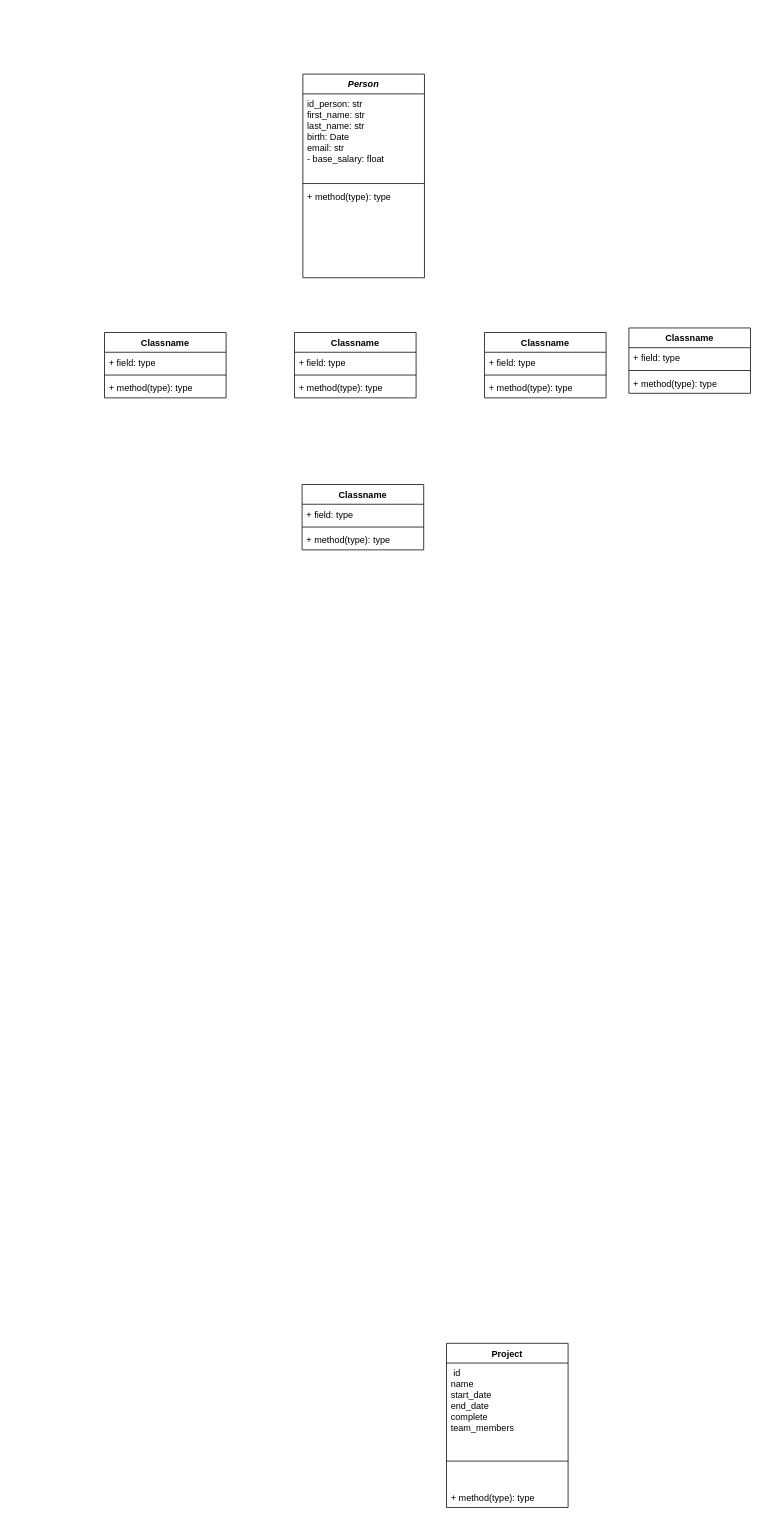
Before: OOP(week2)/Class Diagram.drawio in Zerldas/Python_Exercise, a draw.io diagram. Source tidied: cells renumbered, new cells numbered last; positions are measured from the earlier drawing's top-left corner, leaving out a move shared by most shapes. Both pictures are drawn from the tidied source at 76%, with x=0, y=0 at pixel (104, 74).
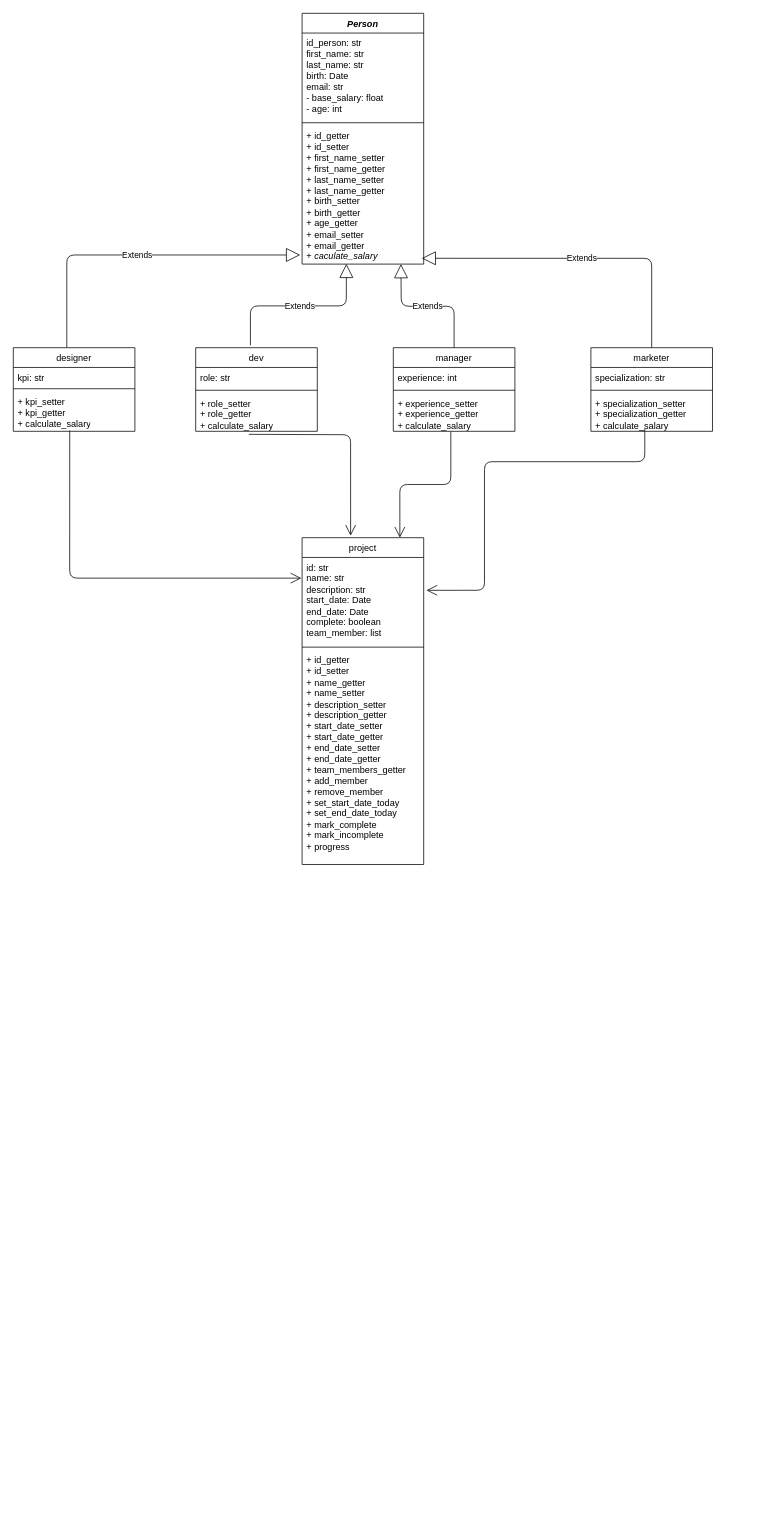
The same diagram, later.

Diff of the diagram source:
```diff
@@
-    <mxCell id="2" value="Project" style="swimlane;fontStyle=1;align=center;verticalAlign=top;horizontal=1;startSize=26;whiteSpace=wrap;html=1;" parent="1" vertex="1">
-      <mxGeometry x="450" y="1670" width="160" height="216" as="geometry" />
-    </mxCell>
-    <mxCell id="3" value="&amp;nbsp;id&lt;div&gt;name&lt;/div&gt;&lt;div&gt;start_date&lt;/div&gt;&lt;div&gt;end_date&lt;/div&gt;&lt;div&gt;complete&lt;/div&gt;&lt;div&gt;team_members&lt;/div&gt;" style="text;strokeColor=none;fillColor=none;align=left;verticalAlign=top;spacingLeft=4;spacingRight=4;overflow=hidden;whiteSpace=wrap;html=1;" parent="2" vertex="1">
-      <mxGeometry y="26" width="160" height="94" as="geometry" />
-    </mxCell>
-    <mxCell id="4" style="line;strokeWidth=1;fillColor=none;align=left;verticalAlign=middle;spacingTop=-1;spacingLeft=3;spacingRight=3;labelPosition=right;strokeColor=inherit;" parent="2" vertex="1">
-      <mxGeometry y="120" width="160" height="70" as="geometry" />
-    </mxCell>
-    <mxCell id="5" value="+ method(type): type" style="text;strokeColor=none;fillColor=none;align=left;verticalAlign=top;spacingLeft=4;spacingRight=4;overflow=hidden;whiteSpace=wrap;html=1;" parent="2" vertex="1">
-      <mxGeometry y="190" width="160" height="26" as="geometry" />
-    </mxCell>
     <mxCell id="6" value="&lt;i&gt;Person&lt;/i&gt;" style="swimlane;fontStyle=1;align=center;verticalAlign=top;horizontal=1;startSize=26;whiteSpace=wrap;html=1;" parent="1" vertex="1">
-      <mxGeometry x="261" width="160" height="268" as="geometry" />
+      <mxGeometry x="260" y="-80" width="160" height="330" as="geometry" />
     </mxCell>
-    <mxCell id="7" value="id_person: str&lt;div&gt;first_name: str&lt;/div&gt;&lt;div&gt;last_name: str&lt;/div&gt;&lt;div&gt;birth: Date&lt;/div&gt;&lt;div&gt;email: str&lt;/div&gt;&lt;div&gt;- base_salary: float&lt;/div&gt;" style="text;strokeColor=none;fillColor=none;align=left;verticalAlign=top;spacingLeft=4;spacingRight=4;overflow=hidden;whiteSpace=wrap;html=1;" parent="6" vertex="1">
+    <mxCell id="7" value="id_person: str&lt;div&gt;first_name: str&lt;/div&gt;&lt;div&gt;last_name: str&lt;/div&gt;&lt;div&gt;birth: Date&lt;/div&gt;&lt;div&gt;email: str&lt;/div&gt;&lt;div&gt;- base_salary: float&lt;/div&gt;&lt;div&gt;- age: int&lt;/div&gt;" style="text;strokeColor=none;fillColor=none;align=left;verticalAlign=top;spacingLeft=4;spacingRight=4;overflow=hidden;whiteSpace=wrap;html=1;" parent="6" vertex="1">
       <mxGeometry y="26" width="160" height="114" as="geometry" />
     </mxCell>
@@
-    <mxCell id="9" value="+ method(type): type" style="text;strokeColor=none;fillColor=none;align=left;verticalAlign=top;spacingLeft=4;spacingRight=4;overflow=hidden;points=[[0,0.5],[1,0.5]];portConstraint=eastwest;whiteSpace=wrap;html=1;" parent="6" vertex="1">
-      <mxGeometry y="148" width="160" height="120" as="geometry" />
+    <mxCell id="9" value="+ id_getter&lt;div&gt;+ id_setter&lt;/div&gt;&lt;div&gt;+ first_name_setter&lt;/div&gt;&lt;div&gt;+ first_name_getter&lt;/div&gt;&lt;div&gt;+ last_name_setter&lt;/div&gt;&lt;div&gt;+ last_name_getter&lt;/div&gt;&lt;div&gt;+ birth_setter&lt;/div&gt;&lt;div&gt;+ birth_getter&lt;/div&gt;&lt;div&gt;+ age_getter&lt;/div&gt;&lt;div&gt;+ email_setter&lt;/div&gt;&lt;div&gt;+ email_getter&lt;/div&gt;&lt;div&gt;+ &lt;i&gt;caculate_salary&lt;/i&gt;&lt;/div&gt;" style="text;strokeColor=none;fillColor=none;align=left;verticalAlign=top;spacingLeft=4;spacingRight=4;overflow=hidden;points=[[0,0.5],[1,0.5]];portConstraint=eastwest;whiteSpace=wrap;html=1;" parent="6" vertex="1">
+      <mxGeometry y="148" width="160" height="182" as="geometry" />
     </mxCell>
-    <mxCell id="10" value="Classname" style="swimlane;fontStyle=1;align=center;verticalAlign=top;horizontal=1;startSize=26;whiteSpace=wrap;html=1;" parent="1" vertex="1">
-      <mxGeometry x="500" y="340" width="160" height="86" as="geometry" />
+    <mxCell id="10" value="&lt;span style=&quot;font-weight: normal;&quot;&gt;manager&lt;/span&gt;" style="swimlane;fontStyle=1;align=center;verticalAlign=top;horizontal=1;startSize=26;whiteSpace=wrap;html=1;" parent="1" vertex="1">
+      <mxGeometry x="380" y="360" width="160" height="110" as="geometry" />
     </mxCell>
-    <mxCell id="11" value="+ field: type" style="text;strokeColor=none;fillColor=none;align=left;verticalAlign=top;spacingLeft=4;spacingRight=4;overflow=hidden;whiteSpace=wrap;html=1;" parent="10" vertex="1">
+    <mxCell id="11" value="experience: int" style="text;strokeColor=none;fillColor=none;align=left;verticalAlign=top;spacingLeft=4;spacingRight=4;overflow=hidden;whiteSpace=wrap;html=1;" parent="10" vertex="1">
       <mxGeometry y="26" width="160" height="26" as="geometry" />
     </mxCell>
@@
-    <mxCell id="13" value="+ method(type): type" style="text;strokeColor=none;fillColor=none;align=left;verticalAlign=top;spacingLeft=4;spacingRight=4;overflow=hidden;points=[[0,0.5],[1,0.5]];portConstraint=eastwest;whiteSpace=wrap;html=1;" parent="10" vertex="1">
-      <mxGeometry y="60" width="160" height="26" as="geometry" />
+    <mxCell id="13" value="+ experience_setter&lt;div&gt;+ experience_getter&lt;/div&gt;&lt;div&gt;+ calculate_salary&lt;/div&gt;" style="text;strokeColor=none;fillColor=none;align=left;verticalAlign=top;spacingLeft=4;spacingRight=4;overflow=hidden;points=[[0,0.5],[1,0.5]];portConstraint=eastwest;whiteSpace=wrap;html=1;" parent="10" vertex="1">
+      <mxGeometry y="60" width="160" height="50" as="geometry" />
     </mxCell>
-    <mxCell id="14" value="Classname" style="swimlane;fontStyle=1;align=center;verticalAlign=top;horizontal=1;startSize=26;whiteSpace=wrap;html=1;" parent="1" vertex="1">
-      <mxGeometry y="340" width="160" height="86" as="geometry" />
+    <mxCell id="14" value="&lt;span style=&quot;font-weight: normal;&quot;&gt;designer&lt;/span&gt;" style="swimlane;fontStyle=1;align=center;verticalAlign=top;horizontal=1;startSize=26;whiteSpace=wrap;html=1;" parent="1" vertex="1">
+      <mxGeometry x="-120" y="360" width="160" height="110" as="geometry" />
     </mxCell>
-    <mxCell id="15" value="+ field: type" style="text;strokeColor=none;fillColor=none;align=left;verticalAlign=top;spacingLeft=4;spacingRight=4;overflow=hidden;whiteSpace=wrap;html=1;" parent="14" vertex="1">
-      <mxGeometry y="26" width="160" height="26" as="geometry" />
+    <mxCell id="15" value="kpi: str" style="text;strokeColor=none;fillColor=none;align=left;verticalAlign=top;spacingLeft=4;spacingRight=4;overflow=hidden;whiteSpace=wrap;html=1;" parent="14" vertex="1">
+      <mxGeometry y="26" width="160" height="24" as="geometry" />
     </mxCell>
     <mxCell id="16" style="line;strokeWidth=1;fillColor=none;align=left;verticalAlign=middle;spacingTop=-1;spacingLeft=3;spacingRight=3;labelPosition=right;strokeColor=inherit;" parent="14" vertex="1">
-      <mxGeometry y="52" width="160" height="8" as="geometry" />
+      <mxGeometry y="50" width="160" height="8" as="geometry" />
     </mxCell>
-    <mxCell id="17" value="+ method(type): type" style="text;strokeColor=none;fillColor=none;align=left;verticalAlign=top;spacingLeft=4;spacingRight=4;overflow=hidden;points=[[0,0.5],[1,0.5]];portConstraint=eastwest;whiteSpace=wrap;html=1;" parent="14" vertex="1">
-      <mxGeometry y="60" width="160" height="26" as="geometry" />
+    <mxCell id="17" value="+ kpi_setter&lt;div&gt;+ kpi_getter&lt;/div&gt;&lt;div&gt;+ calculate_salary&lt;/div&gt;" style="text;strokeColor=none;fillColor=none;align=left;verticalAlign=top;spacingLeft=4;spacingRight=4;overflow=hidden;points=[[0,0.5],[1,0.5]];portConstraint=eastwest;whiteSpace=wrap;html=1;" parent="14" vertex="1">
+      <mxGeometry y="58" width="160" height="52" as="geometry" />
     </mxCell>
-    <mxCell id="18" value="Classname" style="swimlane;fontStyle=1;align=center;verticalAlign=top;horizontal=1;startSize=26;whiteSpace=wrap;html=1;" parent="1" vertex="1">
-      <mxGeometry x="250" y="340" width="160" height="86" as="geometry" />
+    <mxCell id="18" value="&lt;span style=&quot;font-weight: normal;&quot;&gt;dev&lt;/span&gt;" style="swimlane;fontStyle=1;align=center;verticalAlign=top;horizontal=1;startSize=26;whiteSpace=wrap;html=1;" parent="1" vertex="1">
+      <mxGeometry x="120" y="360" width="160" height="110" as="geometry" />
     </mxCell>
-    <mxCell id="19" value="+ field: type" style="text;strokeColor=none;fillColor=none;align=left;verticalAlign=top;spacingLeft=4;spacingRight=4;overflow=hidden;whiteSpace=wrap;html=1;" parent="18" vertex="1">
+    <mxCell id="19" value="role: str" style="text;strokeColor=none;fillColor=none;align=left;verticalAlign=top;spacingLeft=4;spacingRight=4;overflow=hidden;whiteSpace=wrap;html=1;" parent="18" vertex="1">
       <mxGeometry y="26" width="160" height="26" as="geometry" />
     </mxCell>
@@
-    <mxCell id="21" value="+ method(type): type" style="text;strokeColor=none;fillColor=none;align=left;verticalAlign=top;spacingLeft=4;spacingRight=4;overflow=hidden;whiteSpace=wrap;html=1;" parent="18" vertex="1">
-      <mxGeometry y="60" width="160" height="26" as="geometry" />
+    <mxCell id="21" value="+ role_setter&lt;div&gt;+ role_getter&lt;/div&gt;&lt;div&gt;+ calculate_salary&lt;/div&gt;" style="text;strokeColor=none;fillColor=none;align=left;verticalAlign=top;spacingLeft=4;spacingRight=4;overflow=hidden;whiteSpace=wrap;html=1;" parent="18" vertex="1">
+      <mxGeometry y="60" width="160" height="50" as="geometry" />
     </mxCell>
-    <mxCell id="22" value="Classname" style="swimlane;fontStyle=1;align=center;verticalAlign=top;horizontal=1;startSize=26;whiteSpace=wrap;html=1;" parent="1" vertex="1">
-      <mxGeometry x="690" y="334" width="160" height="86" as="geometry" />
+    <mxCell id="22" value="&lt;span style=&quot;font-weight: 400;&quot;&gt;marketer&lt;/span&gt;" style="swimlane;fontStyle=1;align=center;verticalAlign=top;horizontal=1;startSize=26;whiteSpace=wrap;html=1;" parent="1" vertex="1">
+      <mxGeometry x="640" y="360" width="160" height="110" as="geometry" />
     </mxCell>
-    <mxCell id="23" value="+ field: type" style="text;strokeColor=none;fillColor=none;align=left;verticalAlign=top;spacingLeft=4;spacingRight=4;overflow=hidden;whiteSpace=wrap;html=1;" parent="22" vertex="1">
+    <mxCell id="23" value="specialization: str" style="text;strokeColor=none;fillColor=none;align=left;verticalAlign=top;spacingLeft=4;spacingRight=4;overflow=hidden;whiteSpace=wrap;html=1;" parent="22" vertex="1">
       <mxGeometry y="26" width="160" height="26" as="geometry" />
     </mxCell>
@@
-    <mxCell id="25" value="+ method(type): type" style="text;strokeColor=none;fillColor=none;align=left;verticalAlign=top;spacingLeft=4;spacingRight=4;overflow=hidden;points=[[0,0.5],[1,0.5]];portConstraint=eastwest;whiteSpace=wrap;html=1;" parent="22" vertex="1">
-      <mxGeometry y="60" width="160" height="26" as="geometry" />
+    <mxCell id="25" value="+ specialization_setter&lt;div&gt;+ specialization_getter&lt;/div&gt;&lt;div&gt;+ calculate_salary&lt;/div&gt;" style="text;strokeColor=none;fillColor=none;align=left;verticalAlign=top;spacingLeft=4;spacingRight=4;overflow=hidden;points=[[0,0.5],[1,0.5]];portConstraint=eastwest;whiteSpace=wrap;html=1;" parent="22" vertex="1">
+      <mxGeometry y="60" width="160" height="50" as="geometry" />
     </mxCell>
-    <mxCell id="26" value="Classname" style="swimlane;fontStyle=1;align=center;verticalAlign=top;horizontal=1;startSize=26;whiteSpace=wrap;html=1;" parent="1" vertex="1">
-      <mxGeometry x="260" y="540" width="160" height="86" as="geometry" />
+    <mxCell id="26" value="&lt;span style=&quot;font-weight: normal;&quot;&gt;project&lt;/span&gt;" style="swimlane;fontStyle=1;align=center;verticalAlign=top;horizontal=1;startSize=26;whiteSpace=wrap;html=1;" parent="1" vertex="1">
+      <mxGeometry x="260" y="610" width="160" height="430" as="geometry" />
     </mxCell>
-    <mxCell id="27" value="+ field: type" style="text;strokeColor=none;fillColor=none;align=left;verticalAlign=top;spacingLeft=4;spacingRight=4;overflow=hidden;points=[[0,0.5],[1,0.5]];portConstraint=eastwest;whiteSpace=wrap;html=1;" parent="26" vertex="1">
-      <mxGeometry y="26" width="160" height="26" as="geometry" />
+    <mxCell id="27" value="id: str&lt;div&gt;name: str&lt;/div&gt;&lt;div&gt;description: str&lt;/div&gt;&lt;div&gt;start_date: Date&lt;/div&gt;&lt;div&gt;end_date: Date&lt;/div&gt;&lt;div&gt;complete: boolean&lt;/div&gt;&lt;div&gt;team_member: list&lt;/div&gt;" style="text;strokeColor=none;fillColor=none;align=left;verticalAlign=top;spacingLeft=4;spacingRight=4;overflow=hidden;points=[[0,0.5],[1,0.5]];portConstraint=eastwest;whiteSpace=wrap;html=1;" parent="26" vertex="1">
+      <mxGeometry y="26" width="160" height="114" as="geometry" />
     </mxCell>
     <mxCell id="28" style="line;strokeWidth=1;fillColor=none;align=left;verticalAlign=middle;spacingTop=-1;spacingLeft=3;spacingRight=3;labelPosition=right;strokeColor=inherit;" parent="26" vertex="1">
-      <mxGeometry y="52" width="160" height="8" as="geometry" />
+      <mxGeometry y="140" width="160" height="8" as="geometry" />
     </mxCell>
-    <mxCell id="29" value="+ method(type): type" style="text;strokeColor=none;fillColor=none;align=left;verticalAlign=top;spacingLeft=4;spacingRight=4;overflow=hidden;whiteSpace=wrap;html=1;" parent="26" vertex="1">
-      <mxGeometry y="60" width="160" height="26" as="geometry" />
+    <mxCell id="29" value="+ id_getter&lt;div&gt;+ id_setter&lt;/div&gt;&lt;div&gt;+ name_getter&lt;/div&gt;&lt;div&gt;+ name_setter&lt;/div&gt;&lt;div&gt;+ description_setter&lt;/div&gt;&lt;div&gt;+ description_getter&lt;/div&gt;&lt;div&gt;+ start_date_setter&lt;/div&gt;&lt;div&gt;+ start_date_getter&lt;/div&gt;&lt;div&gt;+ end_date_setter&lt;/div&gt;&lt;div&gt;+ end_date_getter&lt;/div&gt;&lt;div&gt;+ team_members_getter&lt;/div&gt;&lt;div&gt;+ add_member&lt;/div&gt;&lt;div&gt;+ remove_member&lt;/div&gt;&lt;div&gt;+ set_start_date_today&lt;/div&gt;&lt;div&gt;+ set_end_date_today&lt;/div&gt;&lt;div&gt;+ mark_complete&lt;/div&gt;&lt;div&gt;+ mark_incomplete&lt;/div&gt;&lt;div&gt;+ progress&lt;/div&gt;" style="text;strokeColor=none;fillColor=none;align=left;verticalAlign=top;spacingLeft=4;spacingRight=4;overflow=hidden;whiteSpace=wrap;html=1;" parent="26" vertex="1">
+      <mxGeometry y="148" width="160" height="282" as="geometry" />
     </mxCell>
+    <mxCell id="30" value="Extends" style="endArrow=block;endSize=16;endFill=0;html=1;exitX=0.44;exitY=-0.007;exitDx=0;exitDy=0;exitPerimeter=0;entryX=-0.016;entryY=0.934;entryDx=0;entryDy=0;entryPerimeter=0;edgeStyle=orthogonalEdgeStyle;" parent="1" edge="1" source="14" target="9">
+      <mxGeometry relative="1" as="geometry" />
+    </mxCell>
+    <mxCell id="31" value="Extends" style="endArrow=block;endSize=16;endFill=0;html=1;exitX=0.45;exitY=-0.028;exitDx=0;exitDy=0;exitPerimeter=0;entryX=0.364;entryY=0.998;entryDx=0;entryDy=0;entryPerimeter=0;edgeStyle=orthogonalEdgeStyle;" parent="1" edge="1" source="18" target="9">
+      <mxGeometry relative="1" as="geometry" />
+    </mxCell>
+    <mxCell id="32" value="Extends" style="endArrow=block;endSize=16;endFill=0;html=1;exitX=0.5;exitY=0;exitDx=0;exitDy=0;edgeStyle=orthogonalEdgeStyle;strokeColor=default;" parent="1" edge="1" source="10">
+      <mxGeometry relative="1" as="geometry">
+        <mxPoint x="390" y="250" as="targetPoint" />
+      </mxGeometry>
+    </mxCell>
+    <mxCell id="33" value="Extends" style="endArrow=block;endSize=16;endFill=0;html=1;exitX=0.5;exitY=0;exitDx=0;exitDy=0;edgeStyle=orthogonalEdgeStyle;entryX=0.984;entryY=0.958;entryDx=0;entryDy=0;entryPerimeter=0;" parent="1" edge="1" source="22" target="9">
+      <mxGeometry relative="1" as="geometry" />
+    </mxCell>
+    <mxCell id="34" style="endArrow=open;endFill=1;endSize=12;html=1;entryX=0.399;entryY=-0.006;entryDx=0;entryDy=0;entryPerimeter=0;edgeStyle=orthogonalEdgeStyle;" parent="1" edge="1" target="26">
+      <mxGeometry relative="1" as="geometry">
+        <mxPoint x="190" y="474" as="sourcePoint" />
+      </mxGeometry>
+    </mxCell>
+    <mxCell id="35" style="endArrow=open;endFill=1;endSize=12;html=1;exitX=0.464;exitY=0.98;exitDx=0;exitDy=0;exitPerimeter=0;entryX=-0.006;entryY=0.239;entryDx=0;entryDy=0;edgeStyle=orthogonalEdgeStyle;entryPerimeter=0;" parent="1" edge="1" source="17" target="27">
+      <mxGeometry relative="1" as="geometry" />
+    </mxCell>
+    <mxCell id="36" style="endArrow=open;endFill=1;endSize=12;html=1;exitX=0.473;exitY=1.01;exitDx=0;exitDy=0;exitPerimeter=0;entryX=0.804;entryY=0;entryDx=0;entryDy=0;edgeStyle=orthogonalEdgeStyle;entryPerimeter=0;" parent="1" edge="1" source="13" target="26">
+      <mxGeometry relative="1" as="geometry" />
+    </mxCell>
+    <mxCell id="37" style="endArrow=open;endFill=1;endSize=12;html=1;exitX=0.443;exitY=0.933;exitDx=0;exitDy=0;exitPerimeter=0;entryX=1.023;entryY=0.379;entryDx=0;entryDy=0;entryPerimeter=0;edgeStyle=orthogonalEdgeStyle;" parent="1" edge="1" source="25" target="27">
+      <mxGeometry relative="1" as="geometry">
+        <Array as="points">
+          <mxPoint x="711" y="510" />
+          <mxPoint x="500" y="510" />
+          <mxPoint x="500" y="679" />
+        </Array>
+      </mxGeometry>
+    </mxCell>
```
